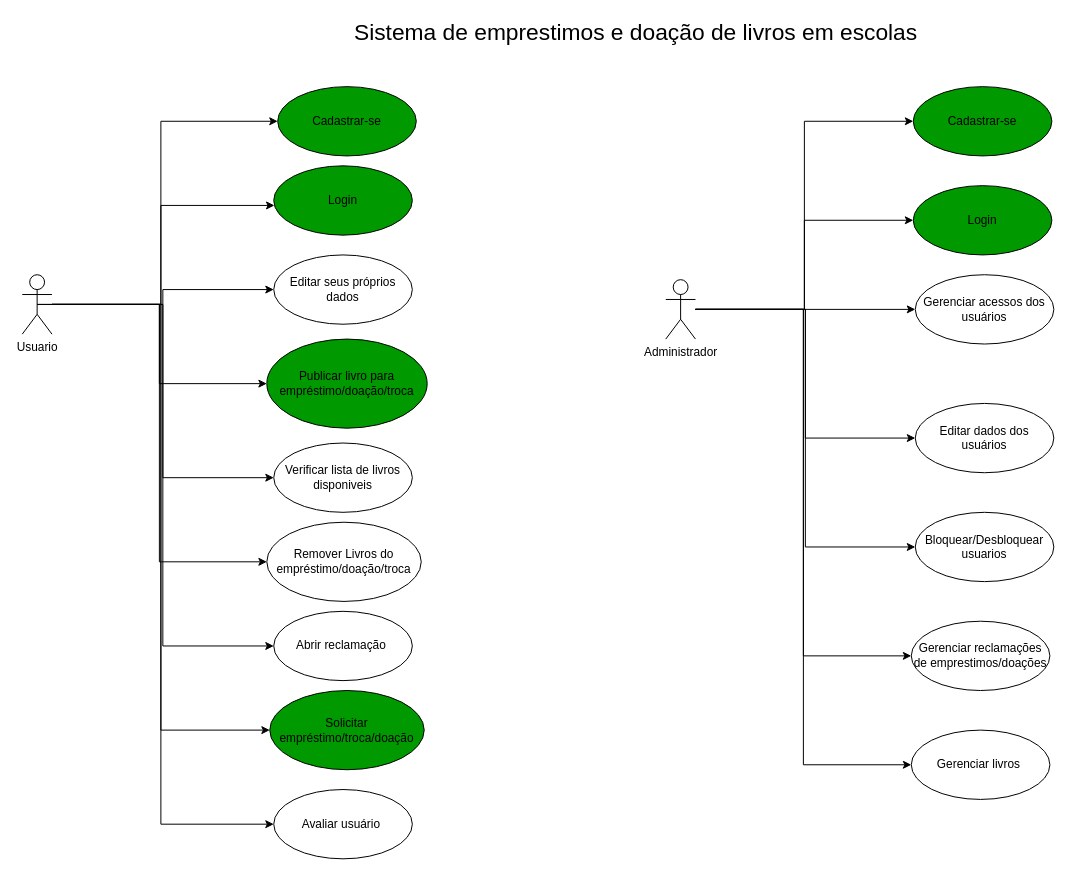
Earlier version of the draw.io diagram page "Caso de uso" (1 of 7) of Diagramas/Diagramas.drawio (Raphael0305/Fatec-PI). Source tidied: cells renumbered, new cells numbered last; positions are measured from the earlier drawing's top-left corner, leaving out a move shared by most shapes. Both pictures are drawn from the tidied source at 99%, with x=0, y=0 at pixel (22, 17).
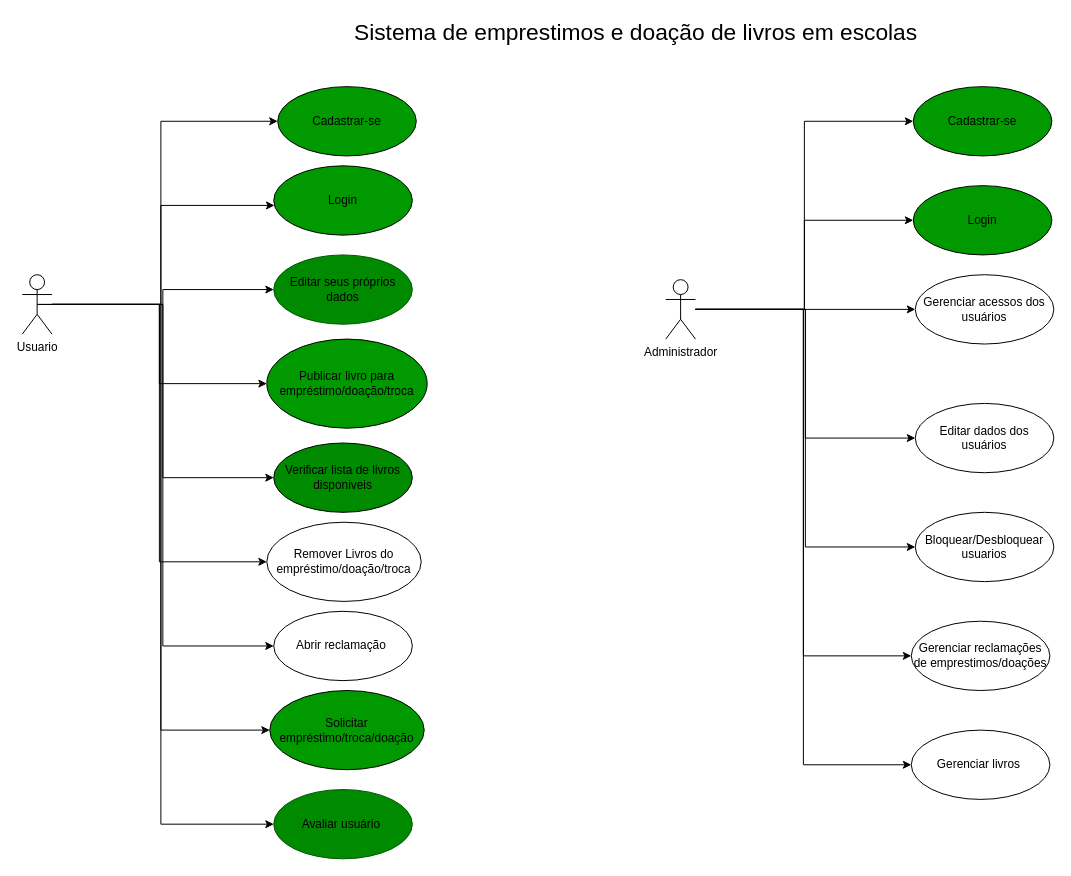
After the change.

The edit, as a diff of the source:
```diff
@@
-    <mxCell id="25" value="Verificar lista de livros disponiveis" style="ellipse;whiteSpace=wrap;html=1;" parent="1" vertex="1">
+    <mxCell id="25" value="Verificar lista de livros disponiveis" style="ellipse;whiteSpace=wrap;html=1;fillColor=#008a00;strokeColor=default;fontColor=#000000;labelBackgroundColor=none;" parent="1" vertex="1">
       <mxGeometry x="254" y="430" width="140" height="70" as="geometry" />
     </mxCell>
-    <mxCell id="26" value="Avaliar usuário&amp;nbsp;" style="ellipse;whiteSpace=wrap;html=1;" parent="1" vertex="1">
+    <mxCell id="26" value="Avaliar usuário&amp;nbsp;" style="ellipse;whiteSpace=wrap;html=1;fillColor=#008a00;fontColor=#000000;strokeColor=#005700;" parent="1" vertex="1">
       <mxGeometry x="254" y="780" width="140" height="70" as="geometry" />
     </mxCell>
@@
-    <mxCell id="29" value="Editar seus próprios dados" style="ellipse;whiteSpace=wrap;html=1;" parent="1" vertex="1">
+    <mxCell id="29" value="Editar seus próprios dados" style="ellipse;whiteSpace=wrap;html=1;fillColor=#008a00;fontColor=#000000;strokeColor=#005700;" parent="1" vertex="1">
       <mxGeometry x="254" y="240" width="140" height="70" as="geometry" />
     </mxCell>
```
